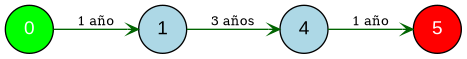
Earlier version of the Graphviz export Proyecto3/ReportsEquipment/REporteRe1_plan_2.png (emily2304/Proyecto3-IO). Its source is kept beside it as Proyecto3/ReportsEquipment/REporteRe1_plan_2.dot.
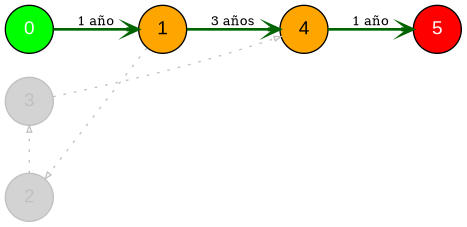
The same diagram one commit later.

Diff of the diagram source:
```diff
@@ -4,11 +4,16 @@
     edge [color=darkgreen, arrowhead=vee, arrowsize=0.8];
 
     "0" [fillcolor=green, fontcolor=white];
-    "1";
-    "4";
+    "1" [fillcolor=orange];
+    "2" [fillcolor=lightgray, color=gray, fontcolor=gray];
+    "3" [fillcolor=lightgray, color=gray, fontcolor=gray];
+    "4" [fillcolor=orange];
     "5" [fillcolor=red, fontcolor=white];
 
-    "0" -> "1" [label="1 año", fontsize=10];
-    "1" -> "4" [label="3 años", fontsize=10];
-    "4" -> "5" [label="1 año", fontsize=10];
+    "0" -> "1" [label="1 año", fontsize=10, color=darkgreen, penwidth=2.0];
+    "1" -> "4" [label="3 años", fontsize=10, color=darkgreen, penwidth=2.0];
+    "4" -> "5" [label="1 año", fontsize=10, color=darkgreen, penwidth=2.0];
+    "1" -> "2" [style=dotted, color=gray, arrowhead=empty, arrowsize=0.5, constraint=false];
+    "2" -> "3" [style=dotted, color=gray, arrowhead=empty, arrowsize=0.5, constraint=false];
+    "3" -> "4" [style=dotted, color=gray, arrowhead=empty, arrowsize=0.5, constraint=false];
 }
```
